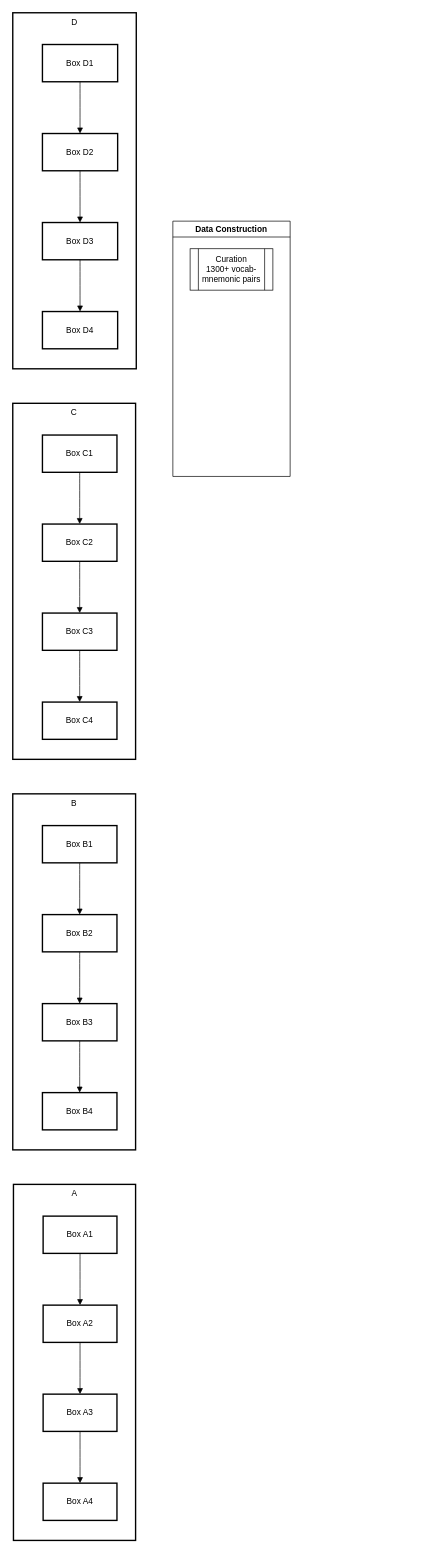
Before: writeup/Untitled Diagram.drawio in chiffonng/mnemonic-gen, a draw.io diagram. Source tidied: cells renumbered, new cells numbered last; positions are measured from the earlier drawing's top-left corner, leaving out a move shared by most shapes. Both pictures are drawn from the tidied source at 69%, with x=0, y=0 at pixel (12, 12).
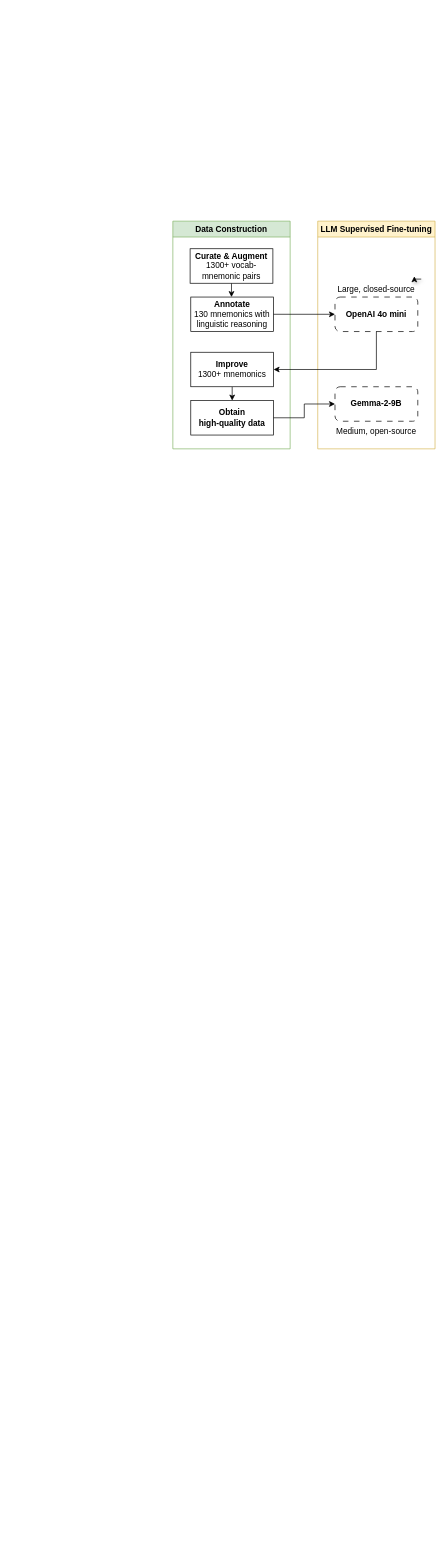
After the change.

Commit message:
Add data and sft

The edit, as a diff of the source:
```diff
@@
-    <mxCell id="2" value="D" style="whiteSpace=wrap;strokeWidth=2;verticalAlign=top;" parent="1" vertex="1">
-      <mxGeometry width="179" height="516" as="geometry" />
-    </mxCell>
-    <mxCell id="3" value="Box D1" style="whiteSpace=wrap;strokeWidth=2;" parent="2" vertex="1">
-      <mxGeometry x="43" y="46" width="109" height="54" as="geometry" />
-    </mxCell>
-    <mxCell id="4" value="Box D2" style="whiteSpace=wrap;strokeWidth=2;" parent="2" vertex="1">
-      <mxGeometry x="43" y="175" width="109" height="54" as="geometry" />
-    </mxCell>
-    <mxCell id="5" value="Box D3" style="whiteSpace=wrap;strokeWidth=2;" parent="2" vertex="1">
-      <mxGeometry x="43" y="304" width="109" height="54" as="geometry" />
-    </mxCell>
-    <mxCell id="6" value="Box D4" style="whiteSpace=wrap;strokeWidth=2;" parent="2" vertex="1">
-      <mxGeometry x="43" y="433" width="109" height="54" as="geometry" />
-    </mxCell>
-    <mxCell id="7" style="curved=1;startArrow=none;endArrow=block;exitX=0.5;exitY=0.99;entryX=0.5;entryY=-0.01;" parent="2" edge="1" source="3" target="4">
-      <mxGeometry relative="1" as="geometry" />
-    </mxCell>
-    <mxCell id="8" style="curved=1;startArrow=none;endArrow=block;exitX=0.5;exitY=0.99;entryX=0.5;entryY=-0.01;" parent="2" edge="1" source="4" target="5">
-      <mxGeometry relative="1" as="geometry" />
-    </mxCell>
-    <mxCell id="9" style="curved=1;startArrow=none;endArrow=block;exitX=0.5;exitY=0.99;entryX=0.5;entryY=-0.01;" parent="2" edge="1" source="5" target="6">
-      <mxGeometry relative="1" as="geometry" />
-    </mxCell>
-    <mxCell id="10" value="C" style="whiteSpace=wrap;strokeWidth=2;verticalAlign=top;" parent="1" vertex="1">
-      <mxGeometry y="566" width="178" height="516" as="geometry" />
-    </mxCell>
-    <mxCell id="11" value="Box C1" style="whiteSpace=wrap;strokeWidth=2;" parent="10" vertex="1">
-      <mxGeometry x="43" y="46" width="108" height="54" as="geometry" />
-    </mxCell>
-    <mxCell id="12" value="Box C2" style="whiteSpace=wrap;strokeWidth=2;" parent="10" vertex="1">
-      <mxGeometry x="43" y="175" width="108" height="54" as="geometry" />
-    </mxCell>
-    <mxCell id="13" value="Box C3" style="whiteSpace=wrap;strokeWidth=2;" parent="10" vertex="1">
-      <mxGeometry x="43" y="304" width="108" height="54" as="geometry" />
-    </mxCell>
-    <mxCell id="14" value="Box C4" style="whiteSpace=wrap;strokeWidth=2;" parent="10" vertex="1">
-      <mxGeometry x="43" y="433" width="108" height="54" as="geometry" />
-    </mxCell>
-    <mxCell id="15" style="curved=1;startArrow=none;endArrow=block;exitX=0.5;exitY=0.99;entryX=0.5;entryY=-0.01;" parent="10" edge="1" source="11" target="12">
-      <mxGeometry relative="1" as="geometry" />
-    </mxCell>
-    <mxCell id="16" style="curved=1;startArrow=none;endArrow=block;exitX=0.5;exitY=0.99;entryX=0.5;entryY=-0.01;" parent="10" edge="1" source="12" target="13">
-      <mxGeometry relative="1" as="geometry" />
-    </mxCell>
-    <mxCell id="17" style="curved=1;startArrow=none;endArrow=block;exitX=0.5;exitY=0.99;entryX=0.5;entryY=-0.01;" parent="10" edge="1" source="13" target="14">
-      <mxGeometry relative="1" as="geometry" />
-    </mxCell>
-    <mxCell id="18" value="B" style="whiteSpace=wrap;strokeWidth=2;verticalAlign=top;" parent="1" vertex="1">
-      <mxGeometry y="1132" width="178" height="516" as="geometry" />
-    </mxCell>
-    <mxCell id="19" value="Box B1" style="whiteSpace=wrap;strokeWidth=2;" parent="18" vertex="1">
-      <mxGeometry x="43" y="46" width="108" height="54" as="geometry" />
-    </mxCell>
-    <mxCell id="20" value="Box B2" style="whiteSpace=wrap;strokeWidth=2;" parent="18" vertex="1">
-      <mxGeometry x="43" y="175" width="108" height="54" as="geometry" />
-    </mxCell>
-    <mxCell id="21" value="Box B3" style="whiteSpace=wrap;strokeWidth=2;" parent="18" vertex="1">
-      <mxGeometry x="43" y="304" width="108" height="54" as="geometry" />
-    </mxCell>
-    <mxCell id="22" value="Box B4" style="whiteSpace=wrap;strokeWidth=2;" parent="18" vertex="1">
-      <mxGeometry x="43" y="433" width="108" height="54" as="geometry" />
-    </mxCell>
-    <mxCell id="23" style="curved=1;startArrow=none;endArrow=block;exitX=0.5;exitY=0.99;entryX=0.5;entryY=-0.01;" parent="18" edge="1" source="19" target="20">
-      <mxGeometry relative="1" as="geometry" />
-    </mxCell>
-    <mxCell id="24" style="curved=1;startArrow=none;endArrow=block;exitX=0.5;exitY=0.99;entryX=0.5;entryY=-0.01;" parent="18" edge="1" source="20" target="21">
-      <mxGeometry relative="1" as="geometry" />
-    </mxCell>
-    <mxCell id="25" style="curved=1;startArrow=none;endArrow=block;exitX=0.5;exitY=0.99;entryX=0.5;entryY=-0.01;" parent="18" edge="1" source="21" target="22">
-      <mxGeometry relative="1" as="geometry" />
-    </mxCell>
-    <mxCell id="26" value="A" style="whiteSpace=wrap;strokeWidth=2;verticalAlign=top;" parent="1" vertex="1">
-      <mxGeometry x="1" y="1698" width="177" height="516" as="geometry" />
-    </mxCell>
-    <mxCell id="27" value="Box A1" style="whiteSpace=wrap;strokeWidth=2;" parent="26" vertex="1">
-      <mxGeometry x="43" y="46" width="107" height="54" as="geometry" />
-    </mxCell>
-    <mxCell id="28" value="Box A2" style="whiteSpace=wrap;strokeWidth=2;" parent="26" vertex="1">
-      <mxGeometry x="43" y="175" width="107" height="54" as="geometry" />
-    </mxCell>
-    <mxCell id="29" value="Box A3" style="whiteSpace=wrap;strokeWidth=2;" parent="26" vertex="1">
-      <mxGeometry x="43" y="304" width="107" height="54" as="geometry" />
-    </mxCell>
-    <mxCell id="30" value="Box A4" style="whiteSpace=wrap;strokeWidth=2;" parent="26" vertex="1">
-      <mxGeometry x="43" y="433" width="107" height="54" as="geometry" />
-    </mxCell>
-    <mxCell id="31" style="curved=1;startArrow=none;endArrow=block;exitX=0.5;exitY=0.99;entryX=0.5;entryY=-0.01;" parent="26" edge="1" source="27" target="28">
-      <mxGeometry relative="1" as="geometry" />
-    </mxCell>
-    <mxCell id="32" style="curved=1;startArrow=none;endArrow=block;exitX=0.5;exitY=0.99;entryX=0.5;entryY=-0.01;" parent="26" edge="1" source="28" target="29">
-      <mxGeometry relative="1" as="geometry" />
-    </mxCell>
-    <mxCell id="33" style="curved=1;startArrow=none;endArrow=block;exitX=0.5;exitY=0.99;entryX=0.5;entryY=-0.01;" parent="26" edge="1" source="29" target="30">
-      <mxGeometry relative="1" as="geometry" />
-    </mxCell>
-    <mxCell id="34" value="Data Construction" style="swimlane;whiteSpace=wrap;html=1;startSize=23;" parent="1" vertex="1">
-      <mxGeometry x="232" y="302" width="170" height="370" as="geometry" />
+    <mxCell id="34" value="Data Construction" style="swimlane;whiteSpace=wrap;html=1;startSize=23;fillColor=#d5e8d4;strokeColor=#82b366;" parent="1" vertex="1">
+      <mxGeometry x="232" y="302" width="170" height="330" as="geometry" />
     </mxCell>
-    <mxCell id="35" value="Curation&lt;div&gt;1300+ vocab-mnemonic pairs&lt;/div&gt;" style="shape=process;whiteSpace=wrap;html=1;backgroundOutline=1;" parent="34" vertex="1">
-      <mxGeometry x="25" y="40" width="120" height="60" as="geometry" />
-    </mxCell>
+    <mxCell id="36" style="edgeStyle=orthogonalEdgeStyle;rounded=0;jettySize=auto;html=1;entryX=0.487;entryY=0.018;entryDx=0;entryDy=0;entryPerimeter=0;" parent="34" edge="1" source="37" target="38">
+      <mxGeometry relative="1" as="geometry" />
+    </mxCell>
+    <mxCell id="37" value="&lt;b&gt;Curate &amp;amp; Augment&lt;/b&gt;&lt;div&gt;1300+ vocab-mnemonic pairs&lt;/div&gt;" style="rounded=0;whiteSpace=wrap;html=1;" parent="34" vertex="1">
+      <mxGeometry x="25" y="40" width="120" height="50" as="geometry" />
+    </mxCell>
+    <mxCell id="38" value="&lt;b&gt;Annotate&lt;/b&gt;&lt;div&gt;130 mnemonics with linguistic reasoning&lt;/div&gt;" style="rounded=0;whiteSpace=wrap;html=1;" parent="34" vertex="1">
+      <mxGeometry x="26" y="110" width="120" height="50" as="geometry" />
+    </mxCell>
+    <mxCell id="39" style="edgeStyle=orthogonalEdgeStyle;rounded=0;jettySize=auto;html=1;exitX=0.5;exitY=1;exitDx=0;exitDy=0;entryX=0.5;entryY=0;entryDx=0;entryDy=0;" parent="34" edge="1" source="40" target="41">
+      <mxGeometry relative="1" as="geometry" />
+    </mxCell>
+    <mxCell id="40" value="&lt;b&gt;Improve&lt;/b&gt;&lt;div&gt;1300+ mnemonics&lt;/div&gt;" style="rounded=0;whiteSpace=wrap;html=1;" parent="34" vertex="1">
+      <mxGeometry x="26" y="190" width="120" height="50" as="geometry" />
+    </mxCell>
+    <mxCell id="41" value="&lt;b&gt;Obtain&lt;/b&gt;&lt;div&gt;&lt;b&gt;high-quality data&lt;/b&gt;&lt;/div&gt;" style="rounded=0;whiteSpace=wrap;html=1;" parent="34" vertex="1">
+      <mxGeometry x="26" y="260" width="120" height="50" as="geometry" />
+    </mxCell>
+    <mxCell id="42" value="LLM Supervised Fine-tuning" style="swimlane;whiteSpace=wrap;html=1;startSize=23;fillColor=#fff2cc;strokeColor=#d6b656;" parent="1" vertex="1">
+      <mxGeometry x="442" y="302" width="170" height="330" as="geometry" />
+    </mxCell>
+    <mxCell id="43" value="&lt;b&gt;OpenAI 4o mini&lt;/b&gt;" style="rounded=1;whiteSpace=wrap;html=1;gradientColor=none;fillStyle=dots;fillColor=none;dashed=1;dashPattern=8 8;" parent="42" vertex="1">
+      <mxGeometry x="25" y="110" width="120" height="50" as="geometry" />
+    </mxCell>
+    <mxCell id="44" value="&lt;b&gt;Gemma-2-9B&lt;/b&gt;" style="rounded=1;whiteSpace=wrap;html=1;gradientColor=none;fillStyle=dots;fillColor=none;dashed=1;dashPattern=8 8;" parent="42" vertex="1">
+      <mxGeometry x="25" y="240" width="120" height="50" as="geometry" />
+    </mxCell>
+    <mxCell id="45" style="edgeStyle=orthogonalEdgeStyle;rounded=0;jettySize=auto;html=1;exitX=1;exitY=0;exitDx=0;exitDy=0;flowAnimation=1;shadow=1;" parent="42" edge="1" source="46">
+      <mxGeometry relative="1" as="geometry">
+        <mxPoint x="140" y="80" as="targetPoint" />
+      </mxGeometry>
+    </mxCell>
+    <mxCell id="46" value="Large, closed-source" style="text;html=1;align=center;verticalAlign=middle;whiteSpace=wrap;rounded=0;" parent="42" vertex="1">
+      <mxGeometry x="20" y="84" width="130" height="30" as="geometry" />
+    </mxCell>
+    <mxCell id="47" value="Medium, open-source" style="text;html=1;align=center;verticalAlign=middle;whiteSpace=wrap;rounded=0;" parent="42" vertex="1">
+      <mxGeometry x="20" y="290" width="130" height="30" as="geometry" />
+    </mxCell>
+    <mxCell id="48" style="edgeStyle=orthogonalEdgeStyle;rounded=0;jettySize=auto;html=1;entryX=0;entryY=0.5;entryDx=0;entryDy=0;" parent="1" edge="1" source="38" target="43">
+      <mxGeometry relative="1" as="geometry" />
+    </mxCell>
+    <mxCell id="49" style="edgeStyle=orthogonalEdgeStyle;rounded=0;jettySize=auto;html=1;entryX=1;entryY=0.5;entryDx=0;entryDy=0;exitX=0.5;exitY=1;exitDx=0;exitDy=0;" parent="1" edge="1" source="43" target="40">
+      <mxGeometry relative="1" as="geometry" />
+    </mxCell>
+    <mxCell id="50" style="edgeStyle=orthogonalEdgeStyle;rounded=0;jettySize=auto;html=1;entryX=0;entryY=0.5;entryDx=0;entryDy=0;" parent="1" edge="1" source="41" target="44">
+      <mxGeometry relative="1" as="geometry" />
+    </mxCell>
```
